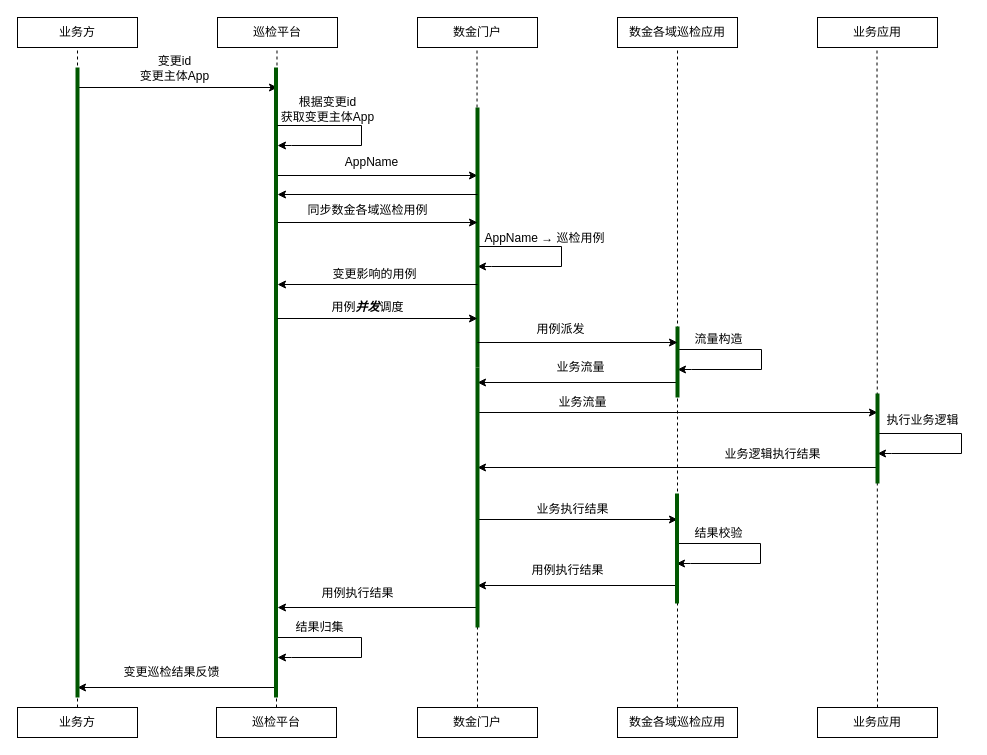
Before: Untitled Diagram.drawio in Hello-Ysheng/pangoo, a draw.io diagram. Source tidied: cells renumbered, new cells numbered last; positions are measured from the earlier drawing's top-left corner, leaving out a move shared by most shapes. Both pictures are drawn from the tidied source at 100%, with x=0, y=0 at pixel (17, 17).
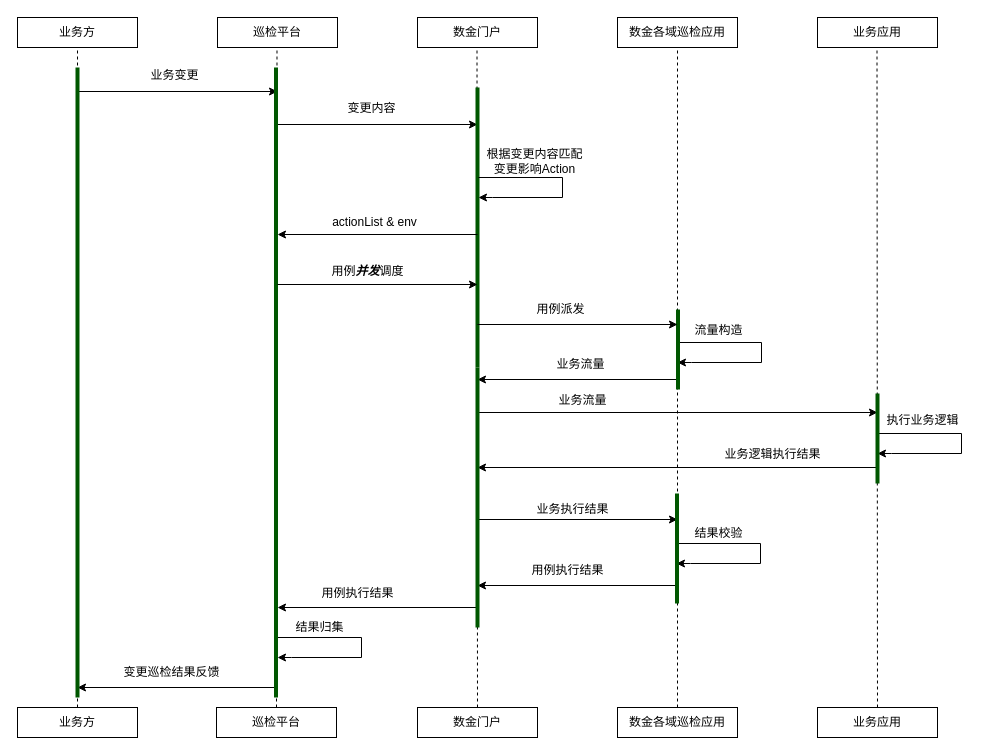
The same diagram, later.

Change to the diagram source:
```diff
@@
     <mxCell id="14" style="endArrow=classic;html=1;rounded=0;" parent="1" edge="1">
       <mxGeometry relative="1" as="geometry">
-        <mxPoint x="60" y="70" as="sourcePoint" />
-        <mxPoint x="260" y="70" as="targetPoint" />
+        <mxPoint x="60" y="74" as="sourcePoint" />
+        <mxPoint x="260" y="74" as="targetPoint" />
       </mxGeometry>
     </mxCell>
-    <mxCell id="15" value="变更id&lt;br&gt;变更主体App" style="text;html=1;align=center;verticalAlign=middle;strokeColor=none;fillColor=none;" parent="1" vertex="1">
-      <mxGeometry x="117" y="36" width="80" height="30" as="geometry" />
+    <mxCell id="15" value="业务变更" style="text;html=1;align=center;verticalAlign=middle;strokeColor=none;fillColor=none;" parent="1" vertex="1">
+      <mxGeometry x="127" y="48" width="60" height="20" as="geometry" />
     </mxCell>
     <mxCell id="16" style="endArrow=classic;html=1;rounded=0;" parent="1" edge="1">
       <mxGeometry relative="1" as="geometry">
-        <mxPoint x="260" y="158" as="sourcePoint" />
-        <mxPoint x="460" y="158" as="targetPoint" />
+        <mxPoint x="260" y="107" as="sourcePoint" />
+        <mxPoint x="460" y="107" as="targetPoint" />
       </mxGeometry>
     </mxCell>
-    <mxCell id="17" value="AppName" style="text;html=1;align=center;verticalAlign=middle;strokeColor=none;fillColor=none;" parent="1" vertex="1">
-      <mxGeometry x="319" y="135" width="70" height="20" as="geometry" />
+    <mxCell id="17" value="变更内容" style="text;html=1;align=center;verticalAlign=middle;strokeColor=none;fillColor=none;" parent="1" vertex="1">
+      <mxGeometry x="324" y="81" width="60" height="20" as="geometry" />
     </mxCell>
-    <mxCell id="18" style="endArrow=classic;html=1;rounded=0;edgeStyle=orthogonalEdgeStyle;" parent="1" edge="1">
-      <mxGeometry relative="1" as="geometry">
-        <mxPoint x="460" y="229" as="sourcePoint" />
-        <mxPoint x="460" y="249" as="targetPoint" />
-        <Array as="points">
-          <mxPoint x="544" y="229" />
-          <mxPoint x="544" y="249" />
-          <mxPoint x="474" y="249" />
-        </Array>
-      </mxGeometry>
-    </mxCell>
-    <mxCell id="19" value="AppName → 巡检用例" style="text;html=1;align=center;verticalAlign=middle;strokeColor=none;fillColor=none;" parent="1" vertex="1">
-      <mxGeometry x="457" y="211" width="140" height="20" as="geometry" />
-    </mxCell>
     <mxCell id="20" style="endArrow=classic;html=1;rounded=0;edgeStyle=orthogonalEdgeStyle;" parent="1" edge="1">
       <mxGeometry relative="1" as="geometry">
-        <mxPoint x="660" y="332" as="sourcePoint" />
-        <mxPoint x="660" y="352" as="targetPoint" />
+        <mxPoint x="660" y="325" as="sourcePoint" />
+        <mxPoint x="660" y="345" as="targetPoint" />
         <Array as="points">
-          <mxPoint x="744" y="332" />
-          <mxPoint x="744" y="352" />
-          <mxPoint x="674" y="352" />
+          <mxPoint x="744" y="325" />
+          <mxPoint x="744" y="345" />
+          <mxPoint x="674" y="345" />
         </Array>
       </mxGeometry>
     </mxCell>
     <mxCell id="21" value="流量构造" style="text;html=1;align=center;verticalAlign=middle;strokeColor=none;fillColor=none;" parent="1" vertex="1">
-      <mxGeometry x="671" y="312" width="60" height="20" as="geometry" />
+      <mxGeometry x="671" y="303" width="60" height="20" as="geometry" />
     </mxCell>
     <mxCell id="22" style="endArrow=classic;html=1;rounded=0;" parent="1" edge="1">
       <mxGeometry relative="1" as="geometry">
-        <mxPoint x="660" y="365" as="sourcePoint" />
-        <mxPoint x="460" y="365" as="targetPoint" />
+        <mxPoint x="660" y="362" as="sourcePoint" />
+        <mxPoint x="460" y="362" as="targetPoint" />
       </mxGeometry>
     </mxCell>
     <mxCell id="23" value="业务流量" style="text;html=1;align=center;verticalAlign=middle;strokeColor=none;fillColor=none;" parent="1" vertex="1">
-      <mxGeometry x="533" y="340" width="60" height="20" as="geometry" />
+      <mxGeometry x="533" y="337" width="60" height="20" as="geometry" />
     </mxCell>
@@
     <mxCell id="28" value="业务流量" style="text;html=1;align=center;verticalAlign=middle;strokeColor=none;fillColor=none;" parent="1" vertex="1">
-      <mxGeometry x="535" y="375" width="60" height="20" as="geometry" />
+      <mxGeometry x="535" y="373" width="60" height="20" as="geometry" />
     </mxCell>
@@
     <mxCell id="47" style="endArrow=none;html=1;rounded=0;strokeWidth=4;fillColor=#008a00;strokeColor=#005700;" parent="1" edge="1">
       <mxGeometry relative="1" as="geometry">
         <mxPoint x="460" y="350" as="sourcePoint" />
-        <mxPoint x="460" y="90" as="targetPoint" />
+        <mxPoint x="460" y="70" as="targetPoint" />
       </mxGeometry>
     </mxCell>
@@
     <mxCell id="49" style="endArrow=none;html=1;rounded=0;strokeWidth=4;fillColor=#008a00;strokeColor=#005700;" parent="1" edge="1">
       <mxGeometry relative="1" as="geometry">
-        <mxPoint x="660" y="380" as="sourcePoint" />
-        <mxPoint x="660" y="309" as="targetPoint" />
+        <mxPoint x="660.5" y="372" as="sourcePoint" />
+        <mxPoint x="660.5" y="292" as="targetPoint" />
       </mxGeometry>
     </mxCell>
@@
-    <mxCell id="52" style="endArrow=classic;html=1;rounded=0;strokeWidth=1;" parent="1" edge="1">
-      <mxGeometry relative="1" as="geometry">
-        <mxPoint x="460" y="177" as="sourcePoint" />
-        <mxPoint x="260" y="177" as="targetPoint" />
-      </mxGeometry>
-    </mxCell>
-    <mxCell id="53" style="endArrow=classic;html=1;rounded=0;strokeWidth=1;" parent="1" edge="1">
-      <mxGeometry relative="1" as="geometry">
-        <mxPoint x="260" y="205" as="sourcePoint" />
-        <mxPoint x="460" y="205" as="targetPoint" />
-      </mxGeometry>
-    </mxCell>
-    <mxCell id="54" value="同步数金各域巡检用例" style="text;html=1;align=center;verticalAlign=middle;strokeColor=none;fillColor=none;" parent="1" vertex="1">
-      <mxGeometry x="280" y="183" width="140" height="20" as="geometry" />
-    </mxCell>
     <mxCell id="55" style="endArrow=classic;html=1;rounded=0;strokeWidth=1;" parent="1" edge="1">
       <mxGeometry relative="1" as="geometry">
-        <mxPoint x="460" y="267" as="sourcePoint" />
-        <mxPoint x="260" y="267" as="targetPoint" />
+        <mxPoint x="460" y="217" as="sourcePoint" />
+        <mxPoint x="260" y="217" as="targetPoint" />
       </mxGeometry>
     </mxCell>
-    <mxCell id="56" value="变更影响的用例" style="text;html=1;align=center;verticalAlign=middle;strokeColor=none;fillColor=none;" parent="1" vertex="1">
-      <mxGeometry x="307" y="247" width="100" height="20" as="geometry" />
+    <mxCell id="56" value="actionList &amp;amp; env" style="text;html=1;align=center;verticalAlign=middle;strokeColor=none;fillColor=none;" parent="1" vertex="1">
+      <mxGeometry x="307" y="195" width="100" height="20" as="geometry" />
     </mxCell>
     <mxCell id="57" style="endArrow=classic;html=1;rounded=0;strokeWidth=1;" parent="1" edge="1">
       <mxGeometry relative="1" as="geometry">
-        <mxPoint x="260" y="301" as="sourcePoint" />
-        <mxPoint x="460" y="301" as="targetPoint" />
+        <mxPoint x="260" y="267" as="sourcePoint" />
+        <mxPoint x="460" y="267" as="targetPoint" />
       </mxGeometry>
     </mxCell>
     <mxCell id="58" value="用例&lt;b&gt;&lt;i&gt;并发&lt;/i&gt;&lt;/b&gt;调度" style="text;html=1;align=center;verticalAlign=middle;strokeColor=none;fillColor=none;" parent="1" vertex="1">
-      <mxGeometry x="305" y="280" width="90" height="20" as="geometry" />
+      <mxGeometry x="305" y="244" width="90" height="20" as="geometry" />
     </mxCell>
     <mxCell id="59" style="endArrow=classic;html=1;rounded=0;strokeWidth=1;" parent="1" edge="1">
       <mxGeometry relative="1" as="geometry">
-        <mxPoint x="460" y="325" as="sourcePoint" />
-        <mxPoint x="660" y="325" as="targetPoint" />
+        <mxPoint x="460" y="307" as="sourcePoint" />
+        <mxPoint x="660" y="307" as="targetPoint" />
       </mxGeometry>
     </mxCell>
     <mxCell id="60" style="endArrow=classic;html=1;rounded=0;edgeStyle=orthogonalEdgeStyle;" parent="1" edge="1">
       <mxGeometry relative="1" as="geometry">
-        <mxPoint x="260" y="108" as="sourcePoint" />
-        <mxPoint x="260" y="128" as="targetPoint" />
+        <mxPoint x="461" y="160" as="sourcePoint" />
+        <mxPoint x="461" y="180" as="targetPoint" />
         <Array as="points">
-          <mxPoint x="344" y="108" />
-          <mxPoint x="344" y="128" />
-          <mxPoint x="274" y="128" />
+          <mxPoint x="545" y="160" />
+          <mxPoint x="545" y="180" />
+          <mxPoint x="475" y="180" />
         </Array>
       </mxGeometry>
     </mxCell>
-    <mxCell id="61" value="根据变更id&lt;br&gt;获取变更主体App" style="text;html=1;align=center;verticalAlign=middle;strokeColor=none;fillColor=none;" parent="1" vertex="1">
-      <mxGeometry x="255" y="77" width="110" height="30" as="geometry" />
+    <mxCell id="61" value="根据变更内容匹配&lt;br&gt;变更影响Action" style="text;html=1;align=center;verticalAlign=middle;strokeColor=none;fillColor=none;" parent="1" vertex="1">
+      <mxGeometry x="462" y="129" width="110" height="30" as="geometry" />
     </mxCell>
     <mxCell id="62" value="用例派发" style="text;html=1;align=center;verticalAlign=middle;strokeColor=none;fillColor=none;" parent="1" vertex="1">
-      <mxGeometry x="513" y="302" width="60" height="20" as="geometry" />
+      <mxGeometry x="513" y="282" width="60" height="20" as="geometry" />
     </mxCell>
```
